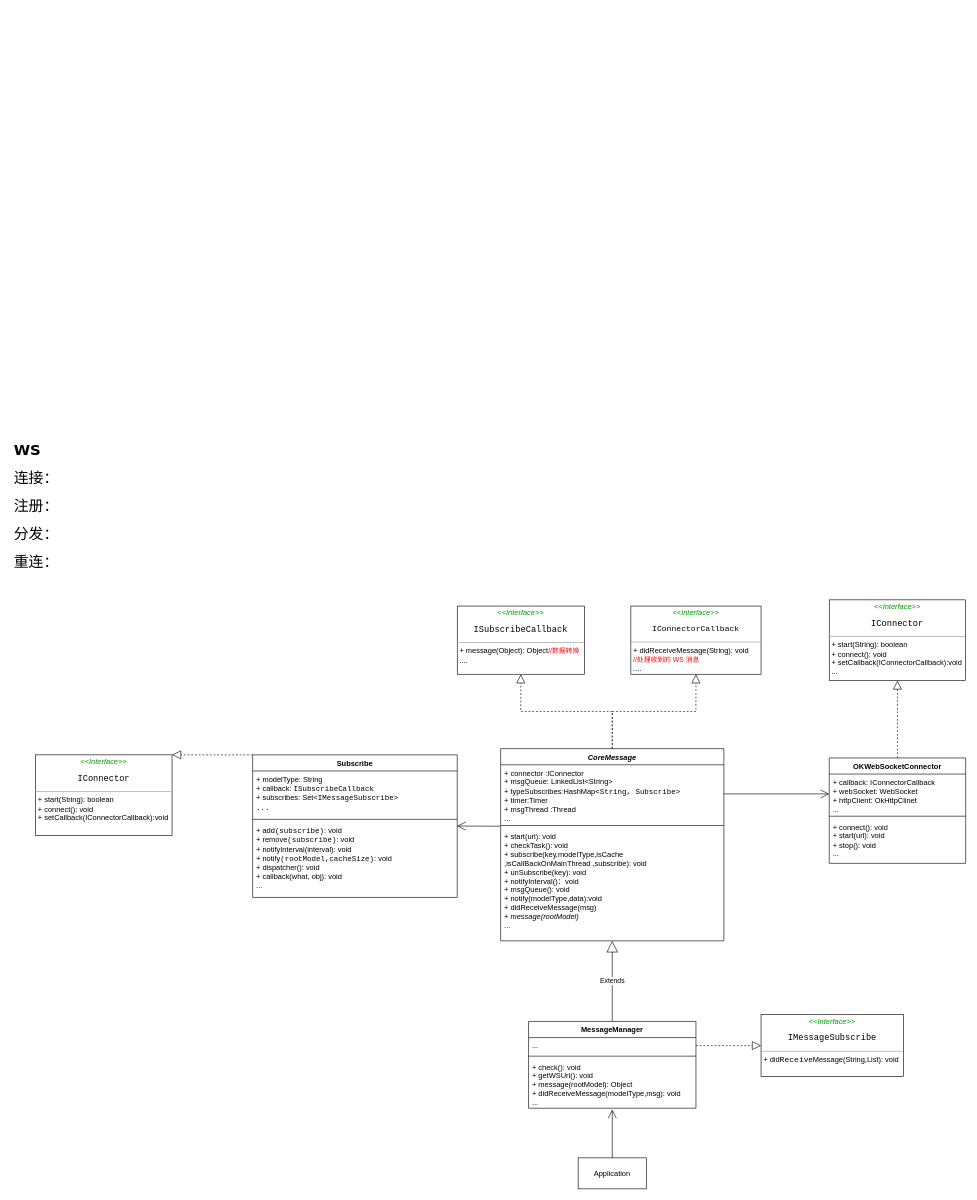
Before: WS.drawio in Chinaqth/UML, a draw.io diagram. Source tidied: cells renumbered, new cells numbered last; positions are measured from the earlier drawing's top-left corner, leaving out a move shared by most shapes. Both pictures are drawn from the tidied source at 62%, with x=0, y=0 at pixel (11, 438).
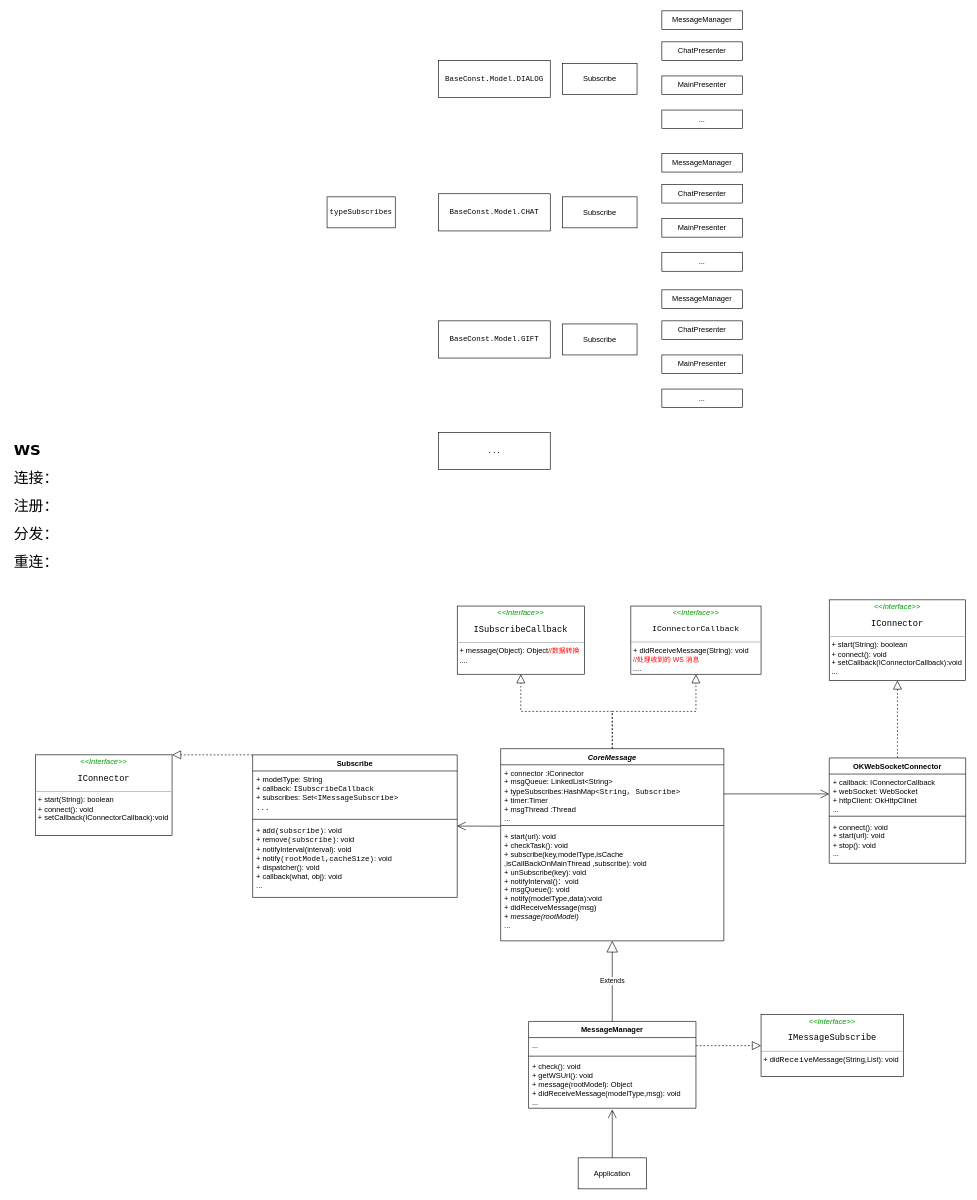
The same page after the edit.

What changed in the source:
```diff
@@
+    <mxCell id="34" value="&lt;div style=&quot;font-family: &amp;quot;JetBrains Mono&amp;quot;, monospace;&quot;&gt;&lt;pre style=&quot;&quot;&gt;&lt;font style=&quot;font-size: 12px;&quot;&gt;typeSubscribes&lt;/font&gt;&lt;/pre&gt;&lt;/div&gt;" style="html=1;whiteSpace=wrap;" parent="1" vertex="1">
+      <mxGeometry x="510" y="-389" width="110" height="50" as="geometry" />
+    </mxCell>
+    <mxCell id="35" value="&lt;div style=&quot;font-family: &amp;quot;JetBrains Mono&amp;quot;, monospace;&quot;&gt;&lt;pre style=&quot;&quot;&gt;&lt;font style=&quot;font-size: 12px;&quot;&gt;BaseConst.Model.DIALOG&lt;/font&gt;&lt;/pre&gt;&lt;/div&gt;" style="rounded=0;whiteSpace=wrap;html=1;" parent="1" vertex="1">
+      <mxGeometry x="690" y="-609" width="180" height="60" as="geometry" />
+    </mxCell>
+    <mxCell id="36" value="&lt;div style=&quot;font-family: &amp;quot;JetBrains Mono&amp;quot;, monospace;&quot;&gt;&lt;pre style=&quot;&quot;&gt;&lt;font style=&quot;font-size: 12px;&quot;&gt;BaseConst.Model.CHAT&lt;/font&gt;&lt;/pre&gt;&lt;/div&gt;" style="rounded=0;whiteSpace=wrap;html=1;" parent="1" vertex="1">
+      <mxGeometry x="690" y="-394" width="180" height="60" as="geometry" />
+    </mxCell>
+    <mxCell id="37" value="&lt;div style=&quot;font-family: &amp;quot;JetBrains Mono&amp;quot;, monospace;&quot;&gt;&lt;pre style=&quot;&quot;&gt;&lt;font style=&quot;font-size: 12px;&quot;&gt;BaseConst.Model.GIFT&lt;/font&gt;&lt;/pre&gt;&lt;/div&gt;" style="rounded=0;whiteSpace=wrap;html=1;" parent="1" vertex="1">
+      <mxGeometry x="690" y="-189" width="180" height="60" as="geometry" />
+    </mxCell>
+    <mxCell id="38" value="&lt;div style=&quot;font-family: &amp;quot;JetBrains Mono&amp;quot;, monospace;&quot;&gt;&lt;pre style=&quot;&quot;&gt;...&lt;/pre&gt;&lt;/div&gt;" style="rounded=0;whiteSpace=wrap;html=1;" parent="1" vertex="1">
+      <mxGeometry x="690" y="-9" width="180" height="60" as="geometry" />
+    </mxCell>
+    <mxCell id="39" value="Subscribe" style="rounded=0;whiteSpace=wrap;html=1;" parent="1" vertex="1">
+      <mxGeometry x="890" y="-604" width="120" height="50" as="geometry" />
+    </mxCell>
+    <mxCell id="40" value="Subscribe" style="rounded=0;whiteSpace=wrap;html=1;" parent="1" vertex="1">
+      <mxGeometry x="890" y="-389" width="120" height="50" as="geometry" />
+    </mxCell>
+    <mxCell id="41" value="Subscribe" style="rounded=0;whiteSpace=wrap;html=1;" parent="1" vertex="1">
+      <mxGeometry x="890" y="-184" width="120" height="50" as="geometry" />
+    </mxCell>
+    <mxCell id="42" value="MessageManager" style="rounded=0;whiteSpace=wrap;html=1;" parent="1" vertex="1">
+      <mxGeometry x="1050" y="-689" width="130" height="30" as="geometry" />
+    </mxCell>
+    <mxCell id="43" value="ChatPresenter" style="rounded=0;whiteSpace=wrap;html=1;" parent="1" vertex="1">
+      <mxGeometry x="1050" y="-639" width="130" height="30" as="geometry" />
+    </mxCell>
+    <mxCell id="44" value="MainPresenter" style="rounded=0;whiteSpace=wrap;html=1;" parent="1" vertex="1">
+      <mxGeometry x="1050" y="-584" width="130" height="30" as="geometry" />
+    </mxCell>
+    <mxCell id="45" value="..." style="rounded=0;whiteSpace=wrap;html=1;" parent="1" vertex="1">
+      <mxGeometry x="1050" y="-529" width="130" height="30" as="geometry" />
+    </mxCell>
+    <mxCell id="46" value="MessageManager" style="rounded=0;whiteSpace=wrap;html=1;" parent="1" vertex="1">
+      <mxGeometry x="1050" y="-459" width="130" height="30" as="geometry" />
+    </mxCell>
+    <mxCell id="47" value="ChatPresenter" style="rounded=0;whiteSpace=wrap;html=1;" parent="1" vertex="1">
+      <mxGeometry x="1050" y="-409" width="130" height="30" as="geometry" />
+    </mxCell>
+    <mxCell id="48" value="MainPresenter" style="rounded=0;whiteSpace=wrap;html=1;" parent="1" vertex="1">
+      <mxGeometry x="1050" y="-354" width="130" height="30" as="geometry" />
+    </mxCell>
+    <mxCell id="49" value="..." style="rounded=0;whiteSpace=wrap;html=1;" parent="1" vertex="1">
+      <mxGeometry x="1050" y="-299" width="130" height="30" as="geometry" />
+    </mxCell>
+    <mxCell id="50" value="MessageManager" style="rounded=0;whiteSpace=wrap;html=1;" parent="1" vertex="1">
+      <mxGeometry x="1050" y="-239" width="130" height="30" as="geometry" />
+    </mxCell>
+    <mxCell id="51" value="ChatPresenter" style="rounded=0;whiteSpace=wrap;html=1;" parent="1" vertex="1">
+      <mxGeometry x="1050" y="-189" width="130" height="30" as="geometry" />
+    </mxCell>
+    <mxCell id="52" value="MainPresenter" style="rounded=0;whiteSpace=wrap;html=1;" parent="1" vertex="1">
+      <mxGeometry x="1050" y="-134" width="130" height="30" as="geometry" />
+    </mxCell>
+    <mxCell id="53" value="..." style="rounded=0;whiteSpace=wrap;html=1;" parent="1" vertex="1">
+      <mxGeometry x="1050" y="-79" width="130" height="30" as="geometry" />
+    </mxCell>
```
